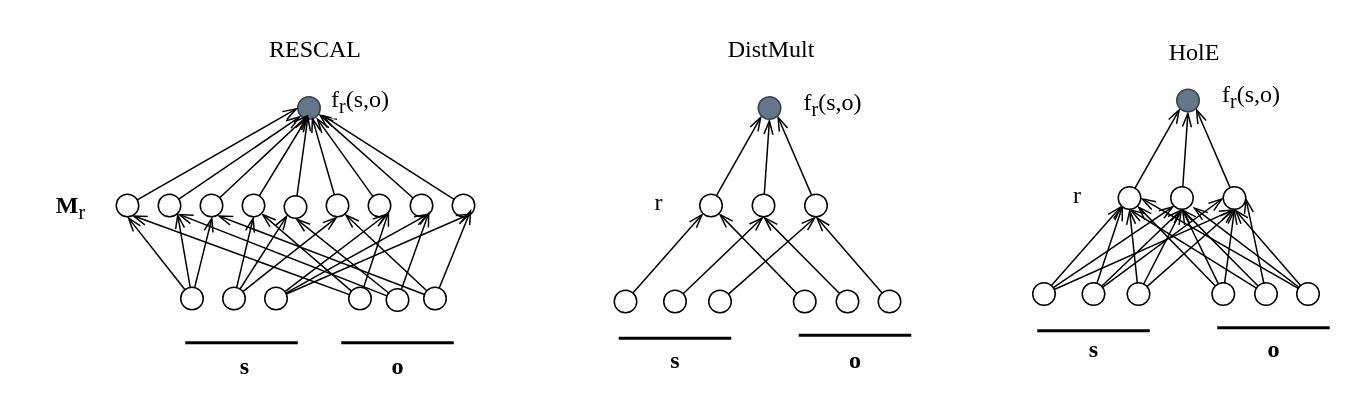
Above: page "第 3 页" (5 of 6) of chp1.drawio in LNqwn/BISHE-GRAPH (draw.io), before the change. Source tidied: cells renumbered, new cells numbered last; positions are measured from the earlier drawing's top-left corner, leaving out a move shared by most shapes. Both pictures are drawn from the tidied source at 150%, with x=0, y=0 at pixel (26, 26).
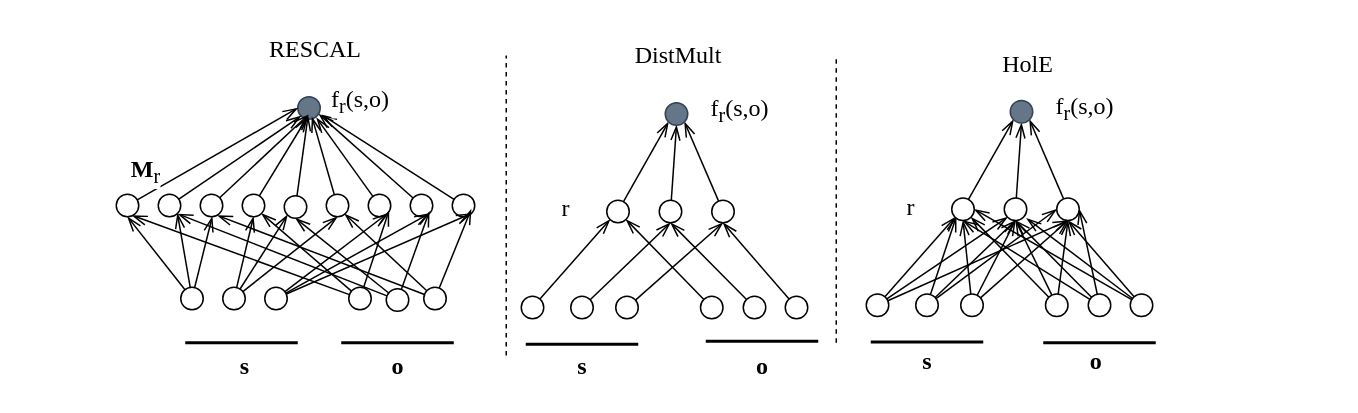
After the change.

What changed in the source:
```diff
@@
     <mxCell id="49" value="&lt;b&gt;M&lt;/b&gt;&lt;sub&gt;r&lt;/sub&gt;" style="text;html=1;align=center;verticalAlign=middle;whiteSpace=wrap;rounded=0;fontFamily=Times New Roman;fontSize=16;fontColor=default;labelBackgroundColor=default;" parent="1" vertex="1">
-      <mxGeometry y="106" width="60" height="30" as="geometry" />
+      <mxGeometry x="50" y="82" width="60" height="30" as="geometry" />
     </mxCell>
@@
     <mxCell id="52" style="ellipse;whiteSpace=wrap;html=1;fontFamily=Times New Roman;fontSize=16;fontColor=default;labelBackgroundColor=default;" parent="1" vertex="1">
-      <mxGeometry x="392" y="176" width="15" height="15" as="geometry" />
+      <mxGeometry x="330" y="180" width="15" height="15" as="geometry" />
     </mxCell>
@@
     <mxCell id="54" style="ellipse;whiteSpace=wrap;html=1;fontFamily=Times New Roman;fontSize=16;fontColor=default;labelBackgroundColor=default;" parent="1" vertex="1">
-      <mxGeometry x="425" y="176" width="15" height="15" as="geometry" />
+      <mxGeometry x="363" y="180" width="15" height="15" as="geometry" />
     </mxCell>
@@
     <mxCell id="56" style="ellipse;whiteSpace=wrap;html=1;fontFamily=Times New Roman;fontSize=16;fontColor=default;labelBackgroundColor=default;" parent="1" vertex="1">
-      <mxGeometry x="455" y="176" width="15" height="15" as="geometry" />
+      <mxGeometry x="393" y="180" width="15" height="15" as="geometry" />
     </mxCell>
@@
     <mxCell id="58" style="ellipse;whiteSpace=wrap;html=1;fontFamily=Times New Roman;fontSize=16;fontColor=default;labelBackgroundColor=default;" parent="1" vertex="1">
-      <mxGeometry x="511.5" y="176" width="15" height="15" as="geometry" />
+      <mxGeometry x="449.5" y="180" width="15" height="15" as="geometry" />
     </mxCell>
@@
     <mxCell id="60" style="ellipse;whiteSpace=wrap;html=1;fontFamily=Times New Roman;fontSize=16;fontColor=default;labelBackgroundColor=default;" parent="1" vertex="1">
-      <mxGeometry x="540" y="176" width="15" height="15" as="geometry" />
+      <mxGeometry x="478" y="180" width="15" height="15" as="geometry" />
     </mxCell>
@@
     <mxCell id="62" style="ellipse;whiteSpace=wrap;html=1;fontFamily=Times New Roman;fontSize=16;fontColor=default;labelBackgroundColor=default;" parent="1" vertex="1">
-      <mxGeometry x="568" y="176" width="15" height="15" as="geometry" />
+      <mxGeometry x="506" y="180" width="15" height="15" as="geometry" />
     </mxCell>
@@
     <mxCell id="64" style="ellipse;whiteSpace=wrap;html=1;fontFamily=Times New Roman;fontSize=16;fontColor=default;labelBackgroundColor=default;" parent="1" vertex="1">
-      <mxGeometry x="449" y="112" width="15" height="15" as="geometry" />
+      <mxGeometry x="387" y="116" width="15" height="15" as="geometry" />
     </mxCell>
@@
     <mxCell id="66" style="ellipse;whiteSpace=wrap;html=1;fontFamily=Times New Roman;fontSize=16;fontColor=default;labelBackgroundColor=default;" parent="1" vertex="1">
-      <mxGeometry x="484" y="112" width="15" height="15" as="geometry" />
+      <mxGeometry x="422" y="116" width="15" height="15" as="geometry" />
     </mxCell>
@@
     <mxCell id="68" style="ellipse;whiteSpace=wrap;html=1;fontFamily=Times New Roman;fontSize=16;fontColor=default;labelBackgroundColor=default;" parent="1" vertex="1">
-      <mxGeometry x="519" y="112" width="15" height="15" as="geometry" />
+      <mxGeometry x="457" y="116" width="15" height="15" as="geometry" />
     </mxCell>
     <mxCell id="69" style="endArrow=none;html=1;rounded=0;strokeColor=default;align=center;verticalAlign=middle;fontFamily=Times New Roman;fontSize=16;fontColor=default;labelBackgroundColor=default;edgeStyle=none;startSize=8;endSize=8;curved=1;strokeWidth=2;" parent="1" edge="1">
       <mxGeometry relative="1" as="geometry">
-        <mxPoint x="395" y="208" as="sourcePoint" />
-        <mxPoint x="470" y="208" as="targetPoint" />
+        <mxPoint x="333" y="212" as="sourcePoint" />
+        <mxPoint x="408" y="212" as="targetPoint" />
       </mxGeometry>
     </mxCell>
     <mxCell id="70" style="endArrow=none;html=1;rounded=0;strokeColor=default;align=center;verticalAlign=middle;fontFamily=Times New Roman;fontSize=16;fontColor=default;labelBackgroundColor=default;edgeStyle=none;startSize=8;endSize=8;curved=1;strokeWidth=2;" parent="1" edge="1">
       <mxGeometry relative="1" as="geometry">
-        <mxPoint x="515" y="206" as="sourcePoint" />
-        <mxPoint x="590" y="206" as="targetPoint" />
+        <mxPoint x="453" y="210" as="sourcePoint" />
+        <mxPoint x="528" y="210" as="targetPoint" />
       </mxGeometry>
     </mxCell>
     <mxCell id="71" value="&lt;b&gt;s&lt;/b&gt;" style="text;html=1;align=center;verticalAlign=middle;whiteSpace=wrap;rounded=0;fontFamily=Times New Roman;fontSize=16;fontColor=default;labelBackgroundColor=default;" parent="1" vertex="1">
-      <mxGeometry x="402.5" y="207" width="60" height="30" as="geometry" />
+      <mxGeometry x="340.5" y="211" width="60" height="30" as="geometry" />
     </mxCell>
     <mxCell id="72" value="&lt;b&gt;o&lt;/b&gt;" style="text;html=1;align=center;verticalAlign=middle;whiteSpace=wrap;rounded=0;fontFamily=Times New Roman;fontSize=16;fontColor=default;labelBackgroundColor=default;" parent="1" vertex="1">
-      <mxGeometry x="523" y="207" width="60" height="30" as="geometry" />
+      <mxGeometry x="461" y="211" width="60" height="30" as="geometry" />
     </mxCell>
     <mxCell id="73" style="ellipse;whiteSpace=wrap;html=1;fontFamily=Times New Roman;fontSize=16;fontColor=#ffffff;labelBackgroundColor=default;fillColor=#647687;strokeColor=#314354;" parent="1" vertex="1">
-      <mxGeometry x="488" y="47" width="15" height="15" as="geometry" />
+      <mxGeometry x="426" y="51" width="15" height="15" as="geometry" />
     </mxCell>
     <mxCell id="74" value="f&lt;sub&gt;r&lt;/sub&gt;(s,o)" style="text;html=1;align=center;verticalAlign=middle;whiteSpace=wrap;rounded=0;fontSize=16;fontFamily=Times New Roman;fontColor=default;labelBackgroundColor=default;" parent="1" vertex="1">
-      <mxGeometry x="508" y="37" width="60" height="30" as="geometry" />
+      <mxGeometry x="446" y="41" width="60" height="30" as="geometry" />
     </mxCell>
     <mxCell id="75" value="r" style="text;html=1;align=center;verticalAlign=middle;whiteSpace=wrap;rounded=0;fontSize=16;fontFamily=Times New Roman;fontColor=default;labelBackgroundColor=default;" parent="1" vertex="1">
-      <mxGeometry x="392" y="102" width="60" height="30" as="geometry" />
+      <mxGeometry x="330" y="106" width="60" height="30" as="geometry" />
     </mxCell>
@@
     <mxCell id="79" style="ellipse;whiteSpace=wrap;html=1;fontFamily=Times New Roman;fontSize=16;fontColor=default;labelBackgroundColor=default;" parent="1" vertex="1">
-      <mxGeometry x="671" y="171" width="15" height="15" as="geometry" />
+      <mxGeometry x="560" y="178.5" width="15" height="15" as="geometry" />
     </mxCell>
@@
     <mxCell id="83" style="ellipse;whiteSpace=wrap;html=1;fontFamily=Times New Roman;fontSize=16;fontColor=default;labelBackgroundColor=default;" parent="1" vertex="1">
-      <mxGeometry x="704" y="171" width="15" height="15" as="geometry" />
+      <mxGeometry x="593" y="178.5" width="15" height="15" as="geometry" />
     </mxCell>
@@
     <mxCell id="87" style="ellipse;whiteSpace=wrap;html=1;fontFamily=Times New Roman;fontSize=16;fontColor=default;labelBackgroundColor=default;" parent="1" vertex="1">
-      <mxGeometry x="734" y="171" width="15" height="15" as="geometry" />
+      <mxGeometry x="623" y="178.5" width="15" height="15" as="geometry" />
     </mxCell>
@@
     <mxCell id="91" style="ellipse;whiteSpace=wrap;html=1;fontFamily=Times New Roman;fontSize=16;fontColor=default;labelBackgroundColor=default;" parent="1" vertex="1">
-      <mxGeometry x="790.5" y="171" width="15" height="15" as="geometry" />
+      <mxGeometry x="679.5" y="178.5" width="15" height="15" as="geometry" />
     </mxCell>
@@
     <mxCell id="95" style="ellipse;whiteSpace=wrap;html=1;fontFamily=Times New Roman;fontSize=16;fontColor=default;labelBackgroundColor=default;" parent="1" vertex="1">
-      <mxGeometry x="819" y="171" width="15" height="15" as="geometry" />
+      <mxGeometry x="708" y="178.5" width="15" height="15" as="geometry" />
     </mxCell>
@@
     <mxCell id="98" style="ellipse;whiteSpace=wrap;html=1;fontFamily=Times New Roman;fontSize=16;fontColor=default;labelBackgroundColor=default;" parent="1" vertex="1">
-      <mxGeometry x="847" y="171" width="15" height="15" as="geometry" />
+      <mxGeometry x="736" y="178.5" width="15" height="15" as="geometry" />
     </mxCell>
@@
     <mxCell id="100" style="ellipse;whiteSpace=wrap;html=1;fontFamily=Times New Roman;fontSize=16;fontColor=default;labelBackgroundColor=default;" parent="1" vertex="1">
-      <mxGeometry x="728" y="107" width="15" height="15" as="geometry" />
+      <mxGeometry x="617" y="114.5" width="15" height="15" as="geometry" />
     </mxCell>
@@
     <mxCell id="102" style="ellipse;whiteSpace=wrap;html=1;fontFamily=Times New Roman;fontSize=16;fontColor=default;labelBackgroundColor=default;" parent="1" vertex="1">
-      <mxGeometry x="763" y="107" width="15" height="15" as="geometry" />
+      <mxGeometry x="652" y="114.5" width="15" height="15" as="geometry" />
     </mxCell>
@@
     <mxCell id="104" style="ellipse;whiteSpace=wrap;html=1;fontFamily=Times New Roman;fontSize=16;fontColor=default;labelBackgroundColor=default;" parent="1" vertex="1">
-      <mxGeometry x="798" y="107" width="15" height="15" as="geometry" />
+      <mxGeometry x="687" y="114.5" width="15" height="15" as="geometry" />
     </mxCell>
     <mxCell id="105" style="endArrow=none;html=1;rounded=0;strokeColor=default;align=center;verticalAlign=middle;fontFamily=Times New Roman;fontSize=16;fontColor=default;labelBackgroundColor=default;edgeStyle=none;startSize=8;endSize=8;curved=1;strokeWidth=2;" parent="1" edge="1">
       <mxGeometry relative="1" as="geometry">
-        <mxPoint x="674" y="203" as="sourcePoint" />
-        <mxPoint x="749" y="203" as="targetPoint" />
+        <mxPoint x="563" y="210.5" as="sourcePoint" />
+        <mxPoint x="638" y="210.5" as="targetPoint" />
       </mxGeometry>
     </mxCell>
     <mxCell id="106" style="endArrow=none;html=1;rounded=0;strokeColor=default;align=center;verticalAlign=middle;fontFamily=Times New Roman;fontSize=16;fontColor=default;labelBackgroundColor=default;edgeStyle=none;startSize=8;endSize=8;curved=1;strokeWidth=2;" parent="1" edge="1">
       <mxGeometry relative="1" as="geometry">
-        <mxPoint x="794" y="201" as="sourcePoint" />
-        <mxPoint x="869" y="201" as="targetPoint" />
+        <mxPoint x="678" y="211" as="sourcePoint" />
+        <mxPoint x="753" y="211" as="targetPoint" />
       </mxGeometry>
     </mxCell>
     <mxCell id="107" value="&lt;b&gt;s&lt;/b&gt;" style="text;html=1;align=center;verticalAlign=middle;whiteSpace=wrap;rounded=0;fontFamily=Times New Roman;fontSize=16;fontColor=default;labelBackgroundColor=default;" parent="1" vertex="1">
-      <mxGeometry x="681.5" y="200" width="60" height="30" as="geometry" />
+      <mxGeometry x="570.5" y="207.5" width="60" height="30" as="geometry" />
     </mxCell>
     <mxCell id="108" value="&lt;b&gt;o&lt;/b&gt;" style="text;html=1;align=center;verticalAlign=middle;whiteSpace=wrap;rounded=0;fontFamily=Times New Roman;fontSize=16;fontColor=default;labelBackgroundColor=default;" parent="1" vertex="1">
-      <mxGeometry x="802" y="200" width="60" height="30" as="geometry" />
+      <mxGeometry x="687" y="207.5" width="53" height="30" as="geometry" />
     </mxCell>
     <mxCell id="109" style="ellipse;whiteSpace=wrap;html=1;fontFamily=Times New Roman;fontSize=16;fontColor=#ffffff;labelBackgroundColor=default;fillColor=#647687;strokeColor=#314354;" parent="1" vertex="1">
-      <mxGeometry x="767" y="42" width="15" height="15" as="geometry" />
+      <mxGeometry x="656" y="49.5" width="15" height="15" as="geometry" />
     </mxCell>
     <mxCell id="110" value="f&lt;sub&gt;r&lt;/sub&gt;(s,o)" style="text;html=1;align=center;verticalAlign=middle;whiteSpace=wrap;rounded=0;fontSize=16;fontFamily=Times New Roman;fontColor=default;labelBackgroundColor=default;" parent="1" vertex="1">
-      <mxGeometry x="787" y="32" width="60" height="30" as="geometry" />
+      <mxGeometry x="676" y="39.5" width="60" height="30" as="geometry" />
     </mxCell>
     <mxCell id="111" value="r" style="text;html=1;align=center;verticalAlign=middle;whiteSpace=wrap;rounded=0;fontSize=16;fontFamily=Times New Roman;fontColor=default;labelBackgroundColor=default;" parent="1" vertex="1">
-      <mxGeometry x="671" y="97" width="60" height="30" as="geometry" />
+      <mxGeometry x="560" y="104.5" width="60" height="30" as="geometry" />
     </mxCell>
@@
     <mxCell id="114" value="DistMult" style="text;html=1;align=center;verticalAlign=middle;whiteSpace=wrap;rounded=0;fontFamily=Times New Roman;fontSize=16;fontColor=default;labelBackgroundColor=default;" parent="1" vertex="1">
-      <mxGeometry x="467" width="60" height="30" as="geometry" />
+      <mxGeometry x="405" y="4" width="60" height="30" as="geometry" />
     </mxCell>
     <mxCell id="115" value="HolE" style="text;html=1;align=center;verticalAlign=middle;whiteSpace=wrap;rounded=0;fontFamily=Times New Roman;fontSize=16;fontColor=default;labelBackgroundColor=default;" parent="1" vertex="1">
-      <mxGeometry x="749" y="2" width="60" height="30" as="geometry" />
+      <mxGeometry x="638" y="9.5" width="60" height="30" as="geometry" />
     </mxCell>
+    <mxCell id="116" style="endArrow=none;dashed=1;html=1;rounded=0;strokeColor=default;align=center;verticalAlign=middle;fontFamily=Helvetica;fontSize=11;fontColor=default;labelBackgroundColor=default;" parent="1" edge="1">
+      <mxGeometry relative="1" as="geometry">
+        <mxPoint x="320" y="219.5" as="sourcePoint" />
+        <mxPoint x="320" y="19.5" as="targetPoint" />
+      </mxGeometry>
+    </mxCell>
+    <mxCell id="117" style="endArrow=none;dashed=1;html=1;rounded=0;strokeColor=default;align=center;verticalAlign=middle;fontFamily=Helvetica;fontSize=11;fontColor=default;labelBackgroundColor=default;" parent="1" edge="1">
+      <mxGeometry relative="1" as="geometry">
+        <mxPoint x="540" y="211" as="sourcePoint" />
+        <mxPoint x="540" y="20" as="targetPoint" />
+      </mxGeometry>
+    </mxCell>
```
